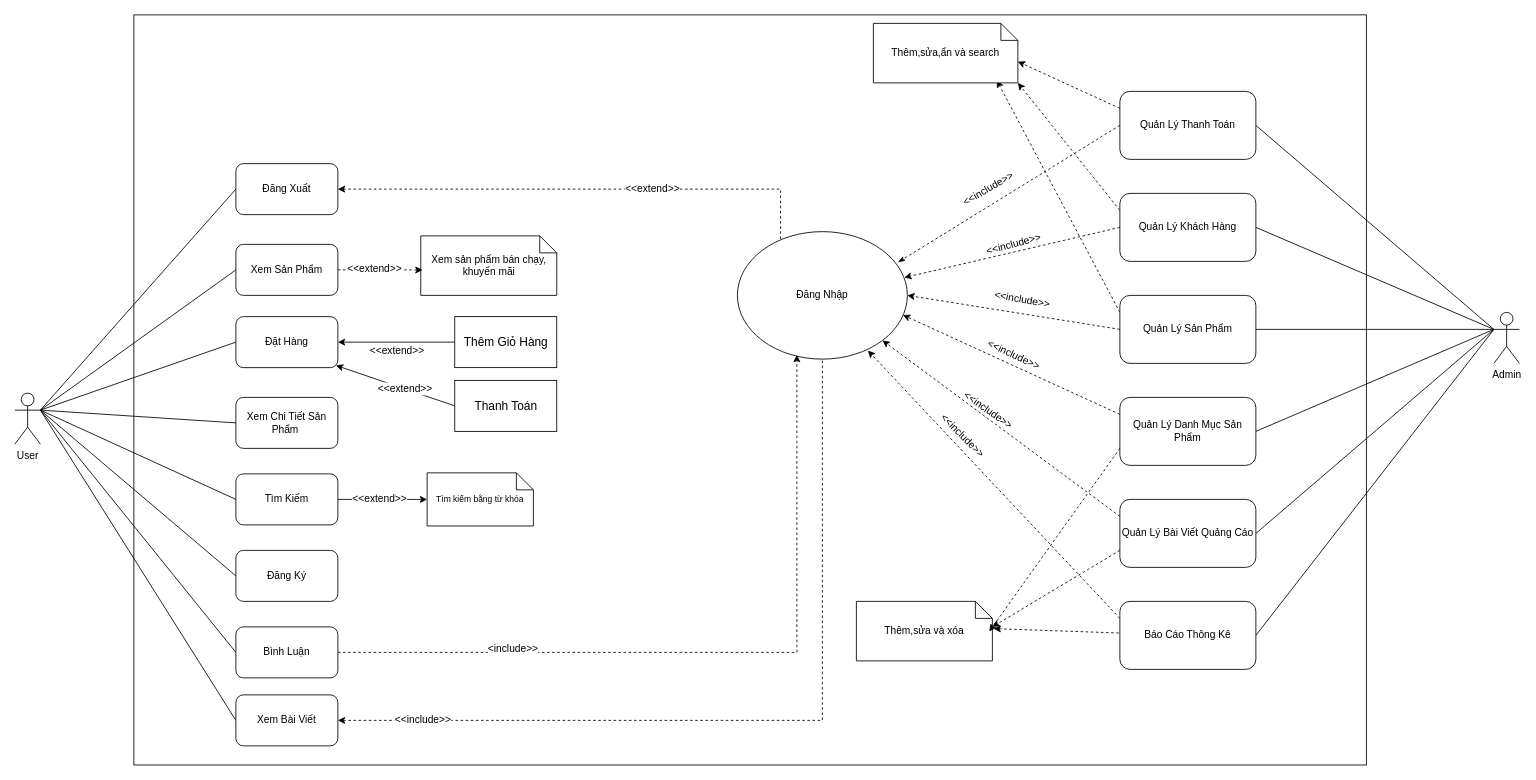
The draw.io diagram Use case.drawio in Blion00/Blion00, before the edit. Source tidied: cells renumbered, new cells numbered last; positions are measured from the earlier drawing's top-left corner, leaving out a move shared by most shapes. Both pictures are drawn from the tidied source at 85%, with x=0, y=0 at pixel (14, 14).
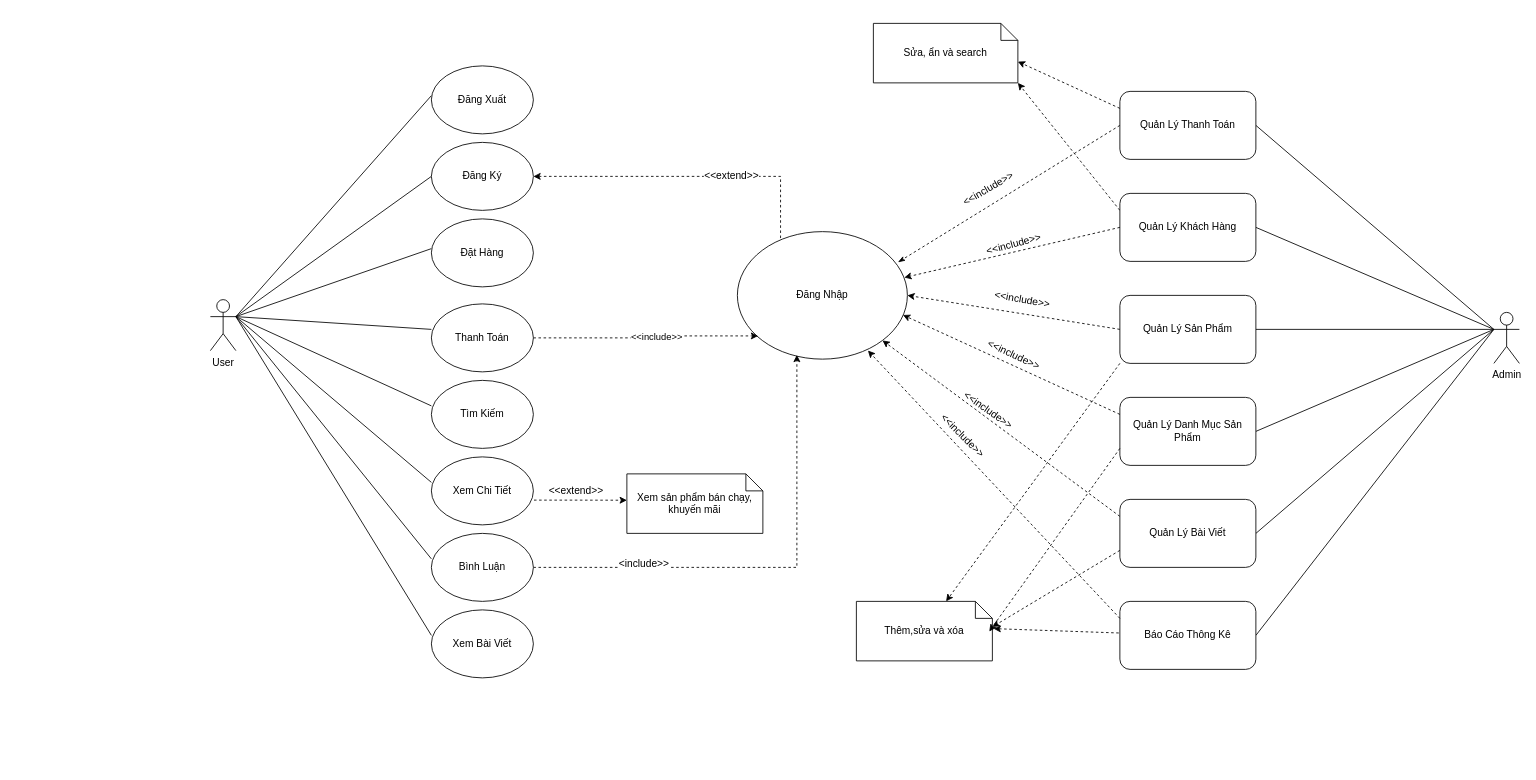
The same diagram, later.

Unchanged cells that the change refers to:
```xml
<mxCell id="28" value="Đăng Nhập" style="ellipse;whiteSpace=wrap;html=1;" parent="1" vertex="1">
  <mxGeometry x="850" y="255" width="200" height="150" as="geometry" />
</mxCell>
<mxCell id="35" value="Quản Lý Sản Phẩm" style="rounded=1;whiteSpace=wrap;html=1;" parent="1" vertex="1">
  <mxGeometry x="1300" y="330" width="160" height="80" as="geometry" />
</mxCell>
<mxCell id="41" value="&lt;font style=&quot;font-size: 12px;&quot;&gt;Thêm,sửa và xóa&lt;/font&gt;" style="shape=note;size=20;whiteSpace=wrap;html=1;" parent="1" vertex="1">
  <mxGeometry x="990" y="690" width="160" height="70" as="geometry" />
</mxCell>
```

What changed in the source:
```diff
@@
-    <mxCell id="2" style="rounded=0;jettySize=auto;html=1;exitX=1;exitY=0.3333333333333333;exitDx=0;exitDy=0;exitPerimeter=0;fontFamily=Helvetica;fontSize=12;fontColor=default;entryX=0;entryY=0.5;entryDx=0;entryDy=0;endArrow=none;endFill=0;" parent="1" edge="1" source="5" target="57">
-      <mxGeometry relative="1" as="geometry" />
+    <mxCell id="2" style="rounded=0;jettySize=auto;html=1;exitX=1;exitY=0.3333333333333333;exitDx=0;exitDy=0;exitPerimeter=0;fontFamily=Helvetica;fontSize=12;fontColor=default;entryX=0;entryY=0.5;entryDx=0;entryDy=0;endArrow=none;endFill=0;" parent="1" edge="1" source="5">
+      <mxGeometry relative="1" as="geometry">
+        <mxPoint x="490" y="190" as="targetPoint" />
+      </mxGeometry>
     </mxCell>
-    <mxCell id="3" style="rounded=0;jettySize=auto;html=1;exitX=1;exitY=0.3333333333333333;exitDx=0;exitDy=0;exitPerimeter=0;fontFamily=Helvetica;fontSize=12;fontColor=default;entryX=0;entryY=0.5;entryDx=0;entryDy=0;endArrow=none;endFill=0;" parent="1" edge="1" source="5" target="56">
-      <mxGeometry relative="1" as="geometry" />
+    <mxCell id="3" style="rounded=0;jettySize=auto;html=1;exitX=1;exitY=0.3333333333333333;exitDx=0;exitDy=0;exitPerimeter=0;fontFamily=Helvetica;fontSize=12;fontColor=default;entryX=0;entryY=0.5;entryDx=0;entryDy=0;endArrow=none;endFill=0;" parent="1" edge="1" source="5">
+      <mxGeometry relative="1" as="geometry">
+        <mxPoint x="490" y="95" as="targetPoint" />
+      </mxGeometry>
     </mxCell>
-    <mxCell id="4" style="rounded=0;jettySize=auto;html=1;exitX=1;exitY=0.3333333333333333;exitDx=0;exitDy=0;exitPerimeter=0;fontFamily=Helvetica;fontSize=12;fontColor=default;entryX=0;entryY=0.5;entryDx=0;entryDy=0;endArrow=none;endFill=0;" parent="1" edge="1" source="5" target="64">
-      <mxGeometry relative="1" as="geometry" />
+    <mxCell id="4" style="rounded=0;jettySize=auto;html=1;exitX=1;exitY=0.3333333333333333;exitDx=0;exitDy=0;exitPerimeter=0;fontFamily=Helvetica;fontSize=12;fontColor=default;entryX=0;entryY=0.5;entryDx=0;entryDy=0;endArrow=none;endFill=0;" parent="1" edge="1" source="5">
+      <mxGeometry relative="1" as="geometry">
+        <mxPoint x="490" y="640" as="targetPoint" />
+      </mxGeometry>
     </mxCell>
     <mxCell id="5" value="User" style="shape=umlActor;verticalLabelPosition=bottom;verticalAlign=top;html=1;outlineConnect=0;" parent="1" vertex="1">
-      <mxGeometry y="445" width="30" height="60" as="geometry" />
+      <mxGeometry x="230" y="335" width="30" height="60" as="geometry" />
     </mxCell>
@@
-    <mxCell id="13" style="edgeStyle=orthogonalEdgeStyle;rounded=0;jettySize=auto;html=1;exitX=1;exitY=0.5;exitDx=0;exitDy=0;entryX=0;entryY=0.5;entryDx=0;entryDy=0;endArrow=none;endFill=0;startArrow=classic;startFill=1;" parent="1" edge="1" source="16" target="22">
-      <mxGeometry relative="1" as="geometry" />
-    </mxCell>
-    <mxCell id="14" style="rounded=0;jettySize=auto;html=1;exitX=0.981;exitY=0.957;exitDx=0;exitDy=0;entryX=0;entryY=0.5;entryDx=0;entryDy=0;fontFamily=Helvetica;fontSize=12;fontColor=default;exitPerimeter=0;endArrow=none;endFill=0;startArrow=classic;startFill=1;" parent="1" edge="1" source="16" target="71">
-      <mxGeometry relative="1" as="geometry" />
-    </mxCell>
-    <mxCell id="15" value="&amp;lt;&amp;lt;extend&amp;gt;&amp;gt;" style="edgeLabel;html=1;align=center;verticalAlign=middle;rounded=1;shadow=0;strokeColor=default;fontFamily=Helvetica;fontSize=12;fontColor=default;fillColor=none;" parent="14" vertex="1">
-      <mxGeometry x="0.15" relative="1" as="geometry" />
-    </mxCell>
-    <mxCell id="16" value="Đặt Hàng" style="rounded=1;whiteSpace=wrap;html=1;" parent="1" vertex="1">
-      <mxGeometry x="260" y="355" width="120" height="60" as="geometry" />
-    </mxCell>
-    <mxCell id="17" value="Xem Chi Tiết Sản Phẩm&amp;nbsp;" style="rounded=1;whiteSpace=wrap;html=1;" parent="1" vertex="1">
-      <mxGeometry x="260" y="450" width="120" height="60" as="geometry" />
-    </mxCell>
-    <mxCell id="18" style="edgeStyle=orthogonalEdgeStyle;rounded=0;jettySize=auto;html=1;exitX=1;exitY=0.5;exitDx=0;exitDy=0;fontFamily=Helvetica;fontSize=12;fontColor=default;" parent="1" edge="1" source="20" target="61">
-      <mxGeometry relative="1" as="geometry" />
-    </mxCell>
-    <mxCell id="19" value="&amp;lt;&amp;lt;extend&amp;gt;&amp;gt;" style="edgeLabel;html=1;align=center;verticalAlign=middle;rounded=1;shadow=0;strokeColor=default;fontFamily=Helvetica;fontSize=12;fontColor=default;fillColor=none;" parent="18" vertex="1">
-      <mxGeometry x="-0.08" y="1" relative="1" as="geometry" />
-    </mxCell>
-    <mxCell id="20" value="Tìm Kiếm" style="rounded=1;whiteSpace=wrap;html=1;" parent="1" vertex="1">
-      <mxGeometry x="260" y="540" width="120" height="60" as="geometry" />
-    </mxCell>
-    <mxCell id="21" value="Đăng Ký" style="rounded=1;whiteSpace=wrap;html=1;" parent="1" vertex="1">
-      <mxGeometry x="260" y="630" width="120" height="60" as="geometry" />
-    </mxCell>
-    <mxCell id="22" value="&lt;span style=&quot;font-size: 14px;&quot;&gt;Thêm Giỏ Hàng&lt;/span&gt;" style="rounded=0;whiteSpace=wrap;html=1;" parent="1" vertex="1">
-      <mxGeometry x="517.5" y="355" width="120" height="60" as="geometry" />
-    </mxCell>
-    <mxCell id="23" style="endArrow=none;html=1;rounded=0;entryX=0;entryY=0.5;entryDx=0;entryDy=0;" parent="1" edge="1" target="16">
+    <mxCell id="23" style="endArrow=none;html=1;rounded=0;entryX=0;entryY=0.5;entryDx=0;entryDy=0;" parent="1" edge="1">
       <mxGeometry relative="1" as="geometry">
-        <mxPoint x="30" y="465" as="sourcePoint" />
+        <mxPoint x="260" y="355" as="sourcePoint" />
+        <mxPoint x="490" y="275" as="targetPoint" />
       </mxGeometry>
     </mxCell>
-    <mxCell id="24" style="endArrow=none;html=1;rounded=0;entryX=0;entryY=0.5;entryDx=0;entryDy=0;" parent="1" edge="1" target="17">
+    <mxCell id="24" style="endArrow=none;html=1;rounded=0;entryX=0;entryY=0.5;entryDx=0;entryDy=0;" parent="1" edge="1">
       <mxGeometry relative="1" as="geometry">
-        <mxPoint x="30" y="465" as="sourcePoint" />
+        <mxPoint x="260" y="355" as="sourcePoint" />
+        <mxPoint x="490" y="370" as="targetPoint" />
       </mxGeometry>
     </mxCell>
-    <mxCell id="25" style="endArrow=none;html=1;rounded=0;entryX=0;entryY=0.5;entryDx=0;entryDy=0;" parent="1" edge="1" target="20">
+    <mxCell id="25" style="endArrow=none;html=1;rounded=0;entryX=0;entryY=0.5;entryDx=0;entryDy=0;" parent="1" edge="1">
       <mxGeometry relative="1" as="geometry">
-        <mxPoint x="30" y="465" as="sourcePoint" />
+        <mxPoint x="260" y="355" as="sourcePoint" />
+        <mxPoint x="490" y="460" as="targetPoint" />
       </mxGeometry>
     </mxCell>
-    <mxCell id="26" style="endArrow=none;html=1;rounded=0;entryX=0;entryY=0.5;entryDx=0;entryDy=0;exitX=1;exitY=0.3333333333333333;exitDx=0;exitDy=0;exitPerimeter=0;" parent="1" edge="1" source="5" target="21">
-      <mxGeometry relative="1" as="geometry" />
+    <mxCell id="26" style="endArrow=none;html=1;rounded=0;entryX=0;entryY=0.5;entryDx=0;entryDy=0;exitX=1;exitY=0.3333333333333333;exitDx=0;exitDy=0;exitPerimeter=0;" parent="1" edge="1" source="5">
+      <mxGeometry relative="1" as="geometry">
+        <mxPoint x="490" y="550" as="targetPoint" />
+      </mxGeometry>
     </mxCell>
-    <mxCell id="27" value="&amp;lt;&amp;lt;extend&amp;gt;&amp;gt;" style="text;html=1;align=center;verticalAlign=middle;whiteSpace=wrap;rounded=0;" parent="1" vertex="1">
-      <mxGeometry x="420" y="380" width="60" height="30" as="geometry" />
-    </mxCell>
@@
-    <mxCell id="33" style="rounded=0;jettySize=auto;html=1;exitX=0;exitY=0.25;exitDx=0;exitDy=0;endArrow=classic;endFill=1;dashed=1;entryX=0.854;entryY=0.959;entryDx=0;entryDy=0;entryPerimeter=0;" parent="1" edge="1" source="35" target="39">
-      <mxGeometry relative="1" as="geometry" />
-    </mxCell>
@@
+    <mxCell id="72" style="rounded=0;jettySize=auto;html=1;exitX=0;exitY=1;exitDx=0;exitDy=0;dashed=1;" parent="1" edge="1" source="35" target="41">
+      <mxGeometry relative="1" as="geometry" />
+    </mxCell>
@@
-    <mxCell id="38" value="Quản Lý Bài Viết Quảng Cáo" style="rounded=1;whiteSpace=wrap;html=1;" parent="1" vertex="1">
+    <mxCell id="38" value="Quản Lý Bài Viết" style="rounded=1;whiteSpace=wrap;html=1;" parent="1" vertex="1">
       <mxGeometry x="1300" y="570" width="160" height="80" as="geometry" />
     </mxCell>
-    <mxCell id="39" value="&lt;font style=&quot;font-size: 12px;&quot;&gt;Thêm,sửa,ẩn và search&lt;/font&gt;" style="shape=note;size=20;whiteSpace=wrap;html=1;" parent="1" vertex="1">
+    <mxCell id="39" value="&lt;font style=&quot;font-size: 12px;&quot;&gt;Sửa, ẩn và search&lt;/font&gt;" style="shape=note;size=20;whiteSpace=wrap;html=1;" parent="1" vertex="1">
       <mxGeometry x="1010" y="10" width="170" height="70" as="geometry" />
     </mxCell>
@@
-    <mxCell id="55" style="rounded=0;whiteSpace=wrap;html=1;fillColor=none;shadow=0;" parent="1" vertex="1">
-      <mxGeometry x="140" width="1450" height="882.5" as="geometry" />
-    </mxCell>
-    <mxCell id="56" value="Đăng Xuất" style="rounded=1;whiteSpace=wrap;html=1;glass=0;" parent="1" vertex="1">
-      <mxGeometry x="260" y="175" width="120" height="60" as="geometry" />
-    </mxCell>
-    <mxCell id="57" value="Xem Sản Phẩm" style="rounded=1;whiteSpace=wrap;html=1;glass=0;" parent="1" vertex="1">
-      <mxGeometry x="260" y="270" width="120" height="60" as="geometry" />
-    </mxCell>
     <mxCell id="58" value="Xem sản phẩm bán chạy, khuyến mãi" style="shape=note;size=20;whiteSpace=wrap;html=1;" parent="1" vertex="1">
-      <mxGeometry x="477.5" y="260" width="160" height="70" as="geometry" />
+      <mxGeometry x="720" y="540" width="160" height="70" as="geometry" />
     </mxCell>
-    <mxCell id="59" style="edgeStyle=orthogonalEdgeStyle;rounded=0;jettySize=auto;html=1;exitX=1;exitY=0.5;exitDx=0;exitDy=0;entryX=0.013;entryY=0.573;entryDx=0;entryDy=0;entryPerimeter=0;fontFamily=Helvetica;fontSize=12;fontColor=default;dashed=1;" parent="1" edge="1" source="57" target="58">
-      <mxGeometry relative="1" as="geometry" />
+    <mxCell id="59" style="edgeStyle=orthogonalEdgeStyle;rounded=0;jettySize=auto;html=1;fontFamily=Helvetica;fontSize=12;fontColor=default;dashed=1;exitX=1.006;exitY=0.636;exitDx=0;exitDy=0;exitPerimeter=0;" parent="1" edge="1" source="74">
+      <mxGeometry relative="1" as="geometry">
+        <mxPoint x="720" y="571" as="targetPoint" />
+      </mxGeometry>
     </mxCell>
     <mxCell id="60" value="&amp;lt;&amp;lt;extend&amp;gt;&amp;gt;" style="edgeLabel;html=1;align=center;verticalAlign=middle;rounded=1;shadow=0;strokeColor=default;fontFamily=Helvetica;fontSize=12;fontColor=default;fillColor=none;" parent="59" vertex="1">
       <mxGeometry x="-0.14" y="2" relative="1" as="geometry">
-        <mxPoint x="-1" as="offset" />
+        <mxPoint x="2" y="-9" as="offset" />
       </mxGeometry>
     </mxCell>
-    <mxCell id="61" value="&lt;font style=&quot;font-size: 10px;&quot;&gt;Tìm kiếm bằng từ khóa&lt;/font&gt;" style="shape=note;size=20;whiteSpace=wrap;html=1;" parent="1" vertex="1">
-      <mxGeometry x="485" y="538.8" width="125" height="62.5" as="geometry" />
-    </mxCell>
-    <mxCell id="62" style="edgeStyle=orthogonalEdgeStyle;rounded=0;jettySize=auto;html=1;exitX=1;exitY=0.5;exitDx=0;exitDy=0;entryX=0.254;entryY=0.064;entryDx=0;entryDy=0;entryPerimeter=0;fontFamily=Helvetica;fontSize=12;fontColor=default;dashed=1;endArrow=none;endFill=0;startArrow=classic;startFill=1;" parent="1" edge="1" source="56" target="28">
+    <mxCell id="62" style="edgeStyle=orthogonalEdgeStyle;rounded=0;jettySize=auto;html=1;exitX=1;exitY=0.5;exitDx=0;exitDy=0;entryX=0.254;entryY=0.064;entryDx=0;entryDy=0;entryPerimeter=0;fontFamily=Helvetica;fontSize=12;fontColor=default;dashed=1;endArrow=none;endFill=0;startArrow=classic;startFill=1;" parent="1" edge="1" source="21" target="28">
       <mxGeometry relative="1" as="geometry" />
     </mxCell>
@@
-    <mxCell id="64" value="Bình Luận" style="rounded=1;whiteSpace=wrap;html=1;" parent="1" vertex="1">
-      <mxGeometry x="260" y="720" width="120" height="60" as="geometry" />
-    </mxCell>
@@
-    <mxCell id="67" style="rounded=0;jettySize=auto;html=1;exitX=0;exitY=0.5;exitDx=0;exitDy=0;fontFamily=Helvetica;fontSize=12;fontColor=default;entryX=1;entryY=0.3333333333333333;entryDx=0;entryDy=0;entryPerimeter=0;endArrow=none;endFill=0;" parent="1" edge="1" source="70" target="5">
-      <mxGeometry relative="1" as="geometry" />
+    <mxCell id="67" style="rounded=0;jettySize=auto;html=1;exitX=0;exitY=0.5;exitDx=0;exitDy=0;fontFamily=Helvetica;fontSize=12;fontColor=default;entryX=1;entryY=0.3333333333333333;entryDx=0;entryDy=0;entryPerimeter=0;endArrow=none;endFill=0;" parent="1" edge="1" target="5">
+      <mxGeometry relative="1" as="geometry">
+        <mxPoint x="490" y="730" as="sourcePoint" />
+      </mxGeometry>
     </mxCell>
-    <mxCell id="68" style="edgeStyle=orthogonalEdgeStyle;rounded=0;jettySize=auto;html=1;exitX=1;exitY=0.5;exitDx=0;exitDy=0;entryX=0.5;entryY=1;entryDx=0;entryDy=0;fontFamily=Helvetica;fontSize=12;fontColor=default;dashed=1;startArrow=classic;startFill=1;endArrow=none;endFill=0;" parent="1" edge="1" source="70" target="28">
-      <mxGeometry relative="1" as="geometry" />
-    </mxCell>
+    <mxCell id="21" value="Đăng Ký" style="ellipse;whiteSpace=wrap;html=1;" parent="1" vertex="1">
+      <mxGeometry x="490" y="150" width="120" height="80" as="geometry" />
+    </mxCell>
+    <mxCell id="56" value="Đăng Xuất" style="ellipse;whiteSpace=wrap;html=1;" parent="1" vertex="1">
+      <mxGeometry x="490" y="60" width="120" height="80" as="geometry" />
+    </mxCell>
+    <mxCell id="16" value="Đặt Hàng" style="ellipse;whiteSpace=wrap;html=1;" parent="1" vertex="1">
+      <mxGeometry x="490" y="240" width="120" height="80" as="geometry" />
+    </mxCell>
+    <mxCell id="73" style="edgeStyle=orthogonalEdgeStyle;rounded=0;jettySize=auto;html=1;exitX=1;exitY=0.5;exitDx=0;exitDy=0;entryX=0.122;entryY=0.818;entryDx=0;entryDy=0;dashed=1;entryPerimeter=0;" parent="1" edge="1" source="71" target="28">
+      <mxGeometry relative="1" as="geometry" />
+    </mxCell>
-    <mxCell id="69" value="&amp;lt;&amp;lt;include&amp;gt;&amp;gt;" style="edgeLabel;html=1;align=center;verticalAlign=middle;rounded=1;shadow=0;strokeColor=default;fontFamily=Helvetica;fontSize=12;fontColor=default;fillColor=none;" parent="68" vertex="1">
-      <mxGeometry x="-0.8" y="1" relative="1" as="geometry" />
+    <mxCell id="69" value="&amp;lt;&amp;lt;include&amp;gt;&amp;gt;" style="edgeLabel;html=1;align=center;verticalAlign=middle;" parent="73" vertex="1">
+      <mxGeometry x="0.1" y="-1" relative="1" as="geometry" />
     </mxCell>
+    <mxCell id="71" value="Thanh Toán" style="ellipse;whiteSpace=wrap;html=1;" parent="1" vertex="1">
+      <mxGeometry x="490" y="340" width="120" height="80" as="geometry" />
+    </mxCell>
+    <mxCell id="20" value="Tìm Kiếm" style="ellipse;whiteSpace=wrap;html=1;" parent="1" vertex="1">
+      <mxGeometry x="490" y="430" width="120" height="80" as="geometry" />
+    </mxCell>
+    <mxCell id="74" value="Xem Chi Tiết" style="ellipse;whiteSpace=wrap;html=1;" parent="1" vertex="1">
+      <mxGeometry x="490" y="520" width="120" height="80" as="geometry" />
+    </mxCell>
+    <mxCell id="64" value="Bình Luận" style="ellipse;whiteSpace=wrap;html=1;" parent="1" vertex="1">
+      <mxGeometry x="490" y="610" width="120" height="80" as="geometry" />
+    </mxCell>
-    <mxCell id="70" value="Xem Bài Viết" style="rounded=1;whiteSpace=wrap;html=1;" parent="1" vertex="1">
-      <mxGeometry x="260" y="800" width="120" height="60" as="geometry" />
+    <mxCell id="70" value="Xem Bài Viết" style="ellipse;whiteSpace=wrap;html=1;" parent="1" vertex="1">
+      <mxGeometry x="490" y="700" width="120" height="80" as="geometry" />
     </mxCell>
-    <mxCell id="71" value="&lt;span style=&quot;font-size: 14px;&quot;&gt;Thanh Toán&lt;/span&gt;" style="rounded=0;whiteSpace=wrap;html=1;" parent="1" vertex="1">
-      <mxGeometry x="517.5" y="430" width="120" height="60" as="geometry" />
-    </mxCell>
```
